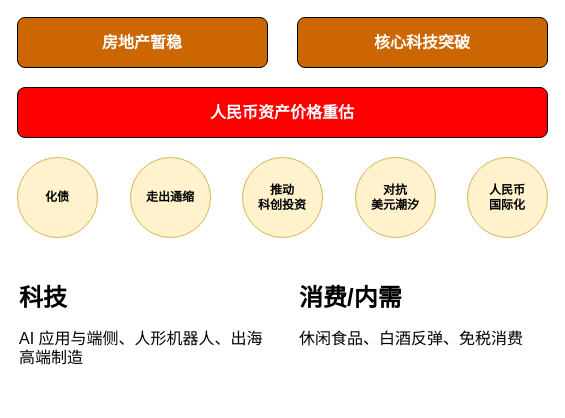
Before: 04~投资/行情复盘/2025.05.05~节后主线：科技与消费/2025.05.05~节后机会图.drawio in wx-chevalier/Cheval-Up, a draw.io diagram. Source tidied: cells renumbered, new cells numbered last; positions are measured from the earlier drawing's top-left corner, leaving out a move shared by most shapes. Both pictures are drawn from the tidied source at 100%, with x=0, y=0 at pixel (17, 17).
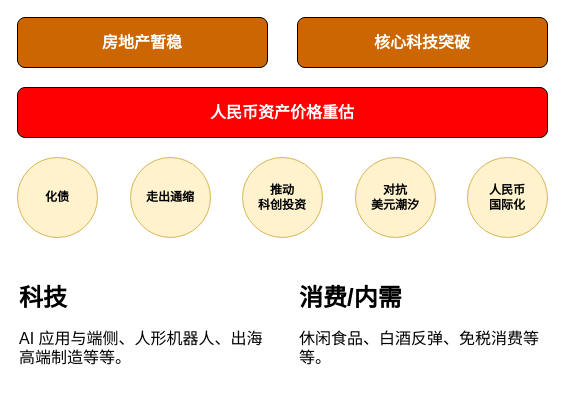
Above is the later version.

The edit, as a diff of the source:
```diff
@@
 <mxGraphModel>
   <root>
     <mxCell id="0" />
     <mxCell id="1" parent="0" />
     <mxCell id="2" value="人民币资产价格重估" style="rounded=1;whiteSpace=wrap;html=1;fontStyle=1;fillColor=#FF0000;fontColor=#FFFFFF;fontSize=16;" parent="1" vertex="1">
       <mxGeometry y="70" width="530" height="50" as="geometry" />
     </mxCell>
     <mxCell id="3" value="房地产暂稳" style="rounded=1;whiteSpace=wrap;html=1;fontStyle=1;fillColor=#CC6600;fontColor=#FFFFFF;fontSize=16;" parent="1" vertex="1">
       <mxGeometry width="250" height="50" as="geometry" />
     </mxCell>
     <mxCell id="4" value="核心科技突破" style="rounded=1;whiteSpace=wrap;html=1;fontStyle=1;fillColor=#CC6600;fontColor=#FFFFFF;fontSize=16;" parent="1" vertex="1">
       <mxGeometry x="280" width="250" height="50" as="geometry" />
     </mxCell>
     <mxCell id="5" value="化债" style="ellipse;whiteSpace=wrap;html=1;fontStyle=1;fillColor=#fff2cc;strokeColor=#d6b656;" parent="1" vertex="1">
       <mxGeometry y="140" width="80" height="80" as="geometry" />
     </mxCell>
     <mxCell id="6" value="走出通缩" style="ellipse;whiteSpace=wrap;html=1;fontStyle=1;fillColor=#fff2cc;strokeColor=#d6b656;" parent="1" vertex="1">
       <mxGeometry x="113" y="140" width="80" height="80" as="geometry" />
     </mxCell>
     <mxCell id="7" value="推动&lt;br&gt;科创投资" style="ellipse;whiteSpace=wrap;html=1;fontStyle=1;fillColor=#fff2cc;strokeColor=#d6b656;" parent="1" vertex="1">
       <mxGeometry x="225" y="140" width="80" height="80" as="geometry" />
     </mxCell>
     <mxCell id="8" value="对抗&lt;br&gt;美元潮汐" style="ellipse;whiteSpace=wrap;html=1;fontStyle=1;fillColor=#fff2cc;strokeColor=#d6b656;" parent="1" vertex="1">
       <mxGeometry x="338" y="140" width="80" height="80" as="geometry" />
     </mxCell>
     <mxCell id="9" value="&lt;span style=&quot;color: rgb(0, 0, 0);&quot;&gt;人民币&lt;/span&gt;&lt;br&gt;&lt;span style=&quot;color: rgb(0, 0, 0);&quot;&gt;国际化&lt;/span&gt;" style="ellipse;whiteSpace=wrap;html=1;fontStyle=1;fillColor=#fff2cc;strokeColor=#d6b656;" parent="1" vertex="1">
       <mxGeometry x="450" y="140" width="80" height="80" as="geometry" />
     </mxCell>
-    <mxCell id="10" value="&lt;h1 style=&quot;margin-top: 0px;&quot;&gt;科技&lt;/h1&gt;&lt;p&gt;&lt;font style=&quot;font-size: 16px;&quot;&gt;AI 应用与端侧、人形机器人、出海高端制造&lt;/font&gt;&lt;/p&gt;" style="text;html=1;whiteSpace=wrap;overflow=hidden;rounded=0;" parent="1" vertex="1">
+    <mxCell id="10" value="&lt;h1 style=&quot;margin-top: 0px;&quot;&gt;科技&lt;/h1&gt;&lt;p&gt;&lt;font style=&quot;font-size: 16px;&quot;&gt;AI 应用与端侧、人形机器人、出海高端制造等等。&lt;/font&gt;&lt;/p&gt;" style="text;html=1;whiteSpace=wrap;overflow=hidden;rounded=0;" parent="1" vertex="1">
       <mxGeometry y="260" width="250" height="120" as="geometry" />
     </mxCell>
-    <mxCell id="11" value="&lt;h1 style=&quot;margin-top: 0px;&quot;&gt;消费/内需&lt;/h1&gt;&lt;p&gt;&lt;span style=&quot;font-size: 16px;&quot;&gt;休闲食品、白酒反弹、免税消费&lt;/span&gt;&lt;/p&gt;" style="text;html=1;whiteSpace=wrap;overflow=hidden;rounded=0;" parent="1" vertex="1">
+    <mxCell id="11" value="&lt;h1 style=&quot;margin-top: 0px;&quot;&gt;消费/内需&lt;/h1&gt;&lt;p&gt;&lt;span style=&quot;font-size: 16px;&quot;&gt;休闲食品、白酒反弹、免税消费等等。&lt;/span&gt;&lt;/p&gt;" style="text;html=1;whiteSpace=wrap;overflow=hidden;rounded=0;" parent="1" vertex="1">
       <mxGeometry x="280" y="260" width="250" height="120" as="geometry" />
     </mxCell>
   </root>
 </mxGraphModel>
```
